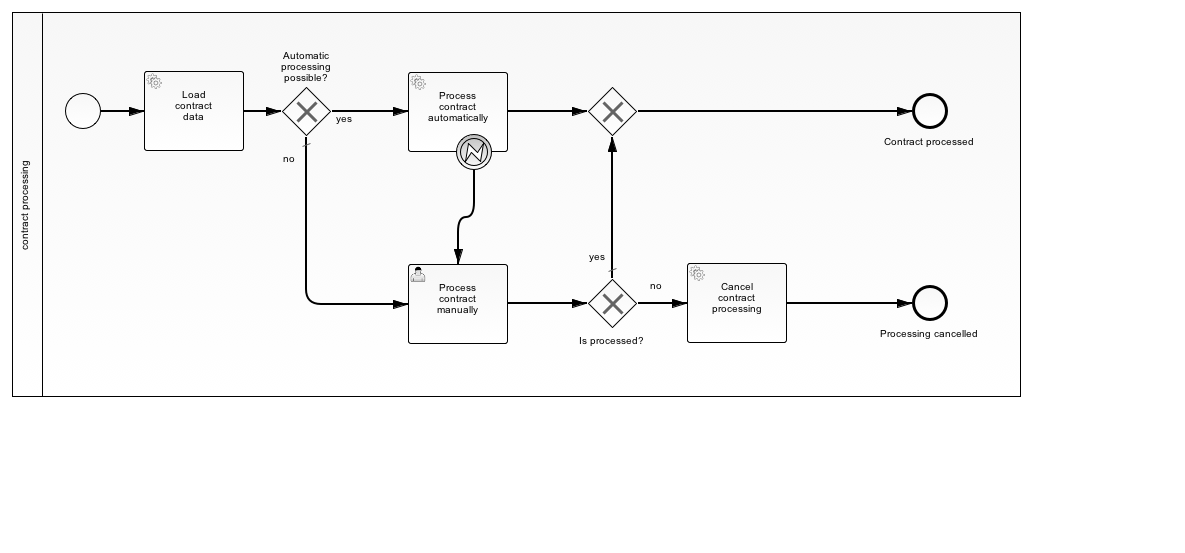
Earlier version of the BPMN export src/main/resources/simple.png (holisticon/camunda-community-bdd). Its source is kept beside it as src/main/resources/simple.bpmn. Ids are renumbered.
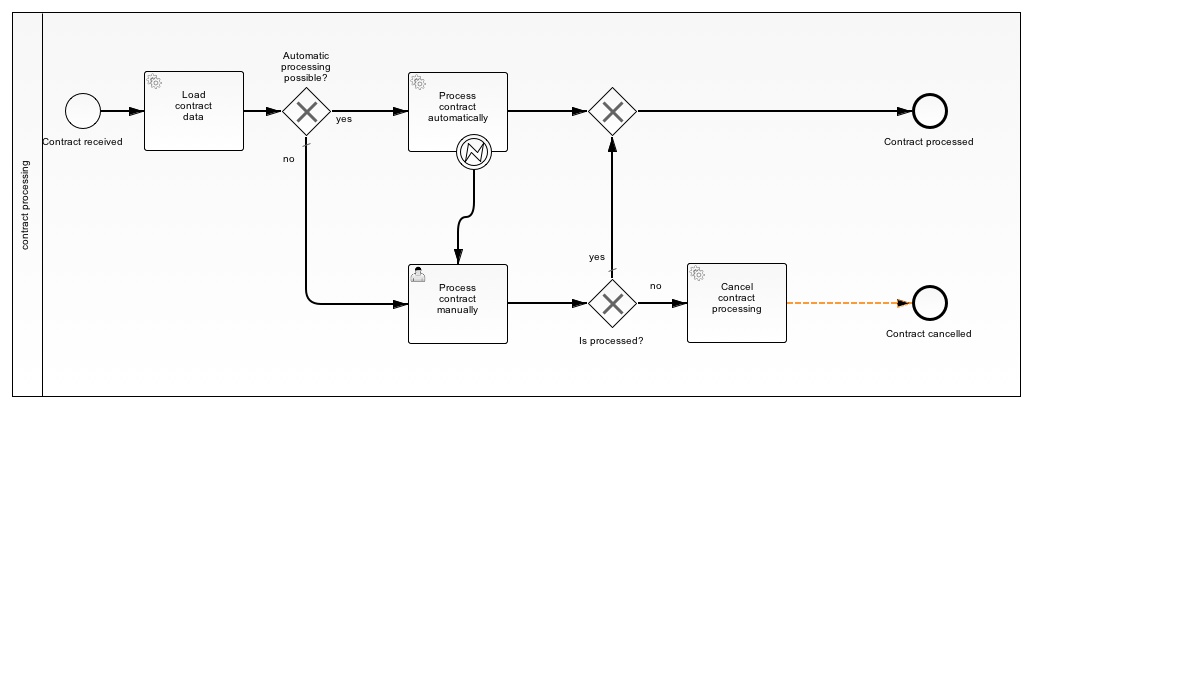
After the change.

Commit message:
name every flow

Diff of the diagram source:
```diff
@@ -3,23 +3,23 @@
     <bpmn2:participant id="simple_process" name="contract processing" processRef="simple-process"/>
   </bpmn2:collaboration>
   <bpmn2:process id="simple-process" name="simple-process" isExecutable="true">
-    <bpmn2:startEvent id="StartEvent_1">
-      <bpmn2:outgoing>SequenceFlow_1</bpmn2:outgoing>
+    <bpmn2:startEvent id="start_process" name="Contract received">
+      <bpmn2:outgoing>flow_start_load</bpmn2:outgoing>
     </bpmn2:startEvent>
     <bpmn2:endEvent id="event_contract_processed" name="Contract processed">
-      <bpmn2:incoming>SequenceFlow_5</bpmn2:incoming>
+      <bpmn2:incoming>flow_contract_processed</bpmn2:incoming>
     </bpmn2:endEvent>
-    <bpmn2:sequenceFlow id="SequenceFlow_1" name="" sourceRef="StartEvent_1" targetRef="service_load_contract_data"/>
+    <bpmn2:sequenceFlow id="flow_start_load" name="" sourceRef="start_process" targetRef="service_load_contract_data"/>
     <bpmn2:serviceTask id="service_load_contract_data" camunda:expression="#{simpleProcessAdapter.loadContractData(execution)}" camunda:resultVariable="isAutomaticProcessing" name="Load&#xA;contract&#xA;data">
       <bpmn2:extensionElements>
         <camunda:executionListener class="org.camunda.bdd.examples.simple.guard.AutomaticProcessingGuard" event="end"/>
       </bpmn2:extensionElements>
-      <bpmn2:incoming>SequenceFlow_1</bpmn2:incoming>
-      <bpmn2:outgoing>SequenceFlow_2</bpmn2:outgoing>
+      <bpmn2:incoming>flow_start_load</bpmn2:incoming>
+      <bpmn2:outgoing>flow_load_possible</bpmn2:outgoing>
     </bpmn2:serviceTask>
-    <bpmn2:sequenceFlow id="SequenceFlow_2" name="" sourceRef="service_load_contract_data" targetRef="exclusive_is_processing_automatically"/>
+    <bpmn2:sequenceFlow id="flow_load_possible" name="" sourceRef="service_load_contract_data" targetRef="exclusive_is_processing_automatically"/>
     <bpmn2:exclusiveGateway id="exclusive_is_processing_automatically" name="Automatic&#xD;&#xA;processing&#xD;&#xA;possible?" default="flow_automatic_processing_no">
-      <bpmn2:incoming>SequenceFlow_2</bpmn2:incoming>
+      <bpmn2:incoming>flow_load_possible</bpmn2:incoming>
       <bpmn2:outgoing>flow_automatic_processing_yes</bpmn2:outgoing>
       <bpmn2:outgoing>flow_automatic_processing_no</bpmn2:outgoing>
     </bpmn2:exclusiveGateway>
@@ -28,39 +28,39 @@
     </bpmn2:sequenceFlow>
     <bpmn2:serviceTask id="service_process_contract_automatically" camunda:expression="#{simpleProcessAdapter.processContract()}" name="Process&#xD;&#xA;contract&#xD;&#xA;automatically">
       <bpmn2:incoming>flow_automatic_processing_yes</bpmn2:incoming>
-      <bpmn2:outgoing>SequenceFlow_4</bpmn2:outgoing>
+      <bpmn2:outgoing>flow_automatic_succeeds</bpmn2:outgoing>
     </bpmn2:serviceTask>
-    <bpmn2:sequenceFlow id="SequenceFlow_4" name="" sourceRef="service_process_contract_automatically" targetRef="ExclusiveGateway_2"/>
+    <bpmn2:sequenceFlow id="flow_automatic_succeeds" name="" sourceRef="service_process_contract_automatically" targetRef="ExclusiveGateway_2"/>
     <bpmn2:exclusiveGateway id="ExclusiveGateway_2">
-      <bpmn2:incoming>SequenceFlow_4</bpmn2:incoming>
+      <bpmn2:incoming>flow_automatic_succeeds</bpmn2:incoming>
       <bpmn2:incoming>flow_is_processed_yes</bpmn2:incoming>
-      <bpmn2:outgoing>SequenceFlow_5</bpmn2:outgoing>
+      <bpmn2:outgoing>flow_contract_processed</bpmn2:outgoing>
     </bpmn2:exclusiveGateway>
-    <bpmn2:sequenceFlow id="SequenceFlow_5" name="" sourceRef="ExclusiveGateway_2" targetRef="event_contract_processed"/>
+    <bpmn2:sequenceFlow id="flow_contract_processed" name="" sourceRef="ExclusiveGateway_2" targetRef="event_contract_processed"/>
     <bpmn2:userTask id="task_process_contract_manually" camunda:formKey="processContractManually.xhtml" name="Process&#xD;&#xA;contract&#xD;&#xA;manually">
       <bpmn2:incoming>flow_automatic_processing_no</bpmn2:incoming>
       <bpmn2:incoming>SequenceFlow_3</bpmn2:incoming>
-      <bpmn2:outgoing>SequenceFlow_7</bpmn2:outgoing>
+      <bpmn2:outgoing>flow_manually_is_processed</bpmn2:outgoing>
     </bpmn2:userTask>
     <bpmn2:sequenceFlow id="flow_automatic_processing_no" name="no" sourceRef="exclusive_is_processing_automatically" targetRef="task_process_contract_manually"/>
     <bpmn2:exclusiveGateway id="exclusive_is_processed" name="Is processed?" default="flow_is_processed_yes">
-      <bpmn2:incoming>SequenceFlow_7</bpmn2:incoming>
+      <bpmn2:incoming>flow_manually_is_processed</bpmn2:incoming>
       <bpmn2:outgoing>flow_is_processed_yes</bpmn2:outgoing>
       <bpmn2:outgoing>flow_is_processed_no</bpmn2:outgoing>
     </bpmn2:exclusiveGateway>
-    <bpmn2:sequenceFlow id="SequenceFlow_7" name="" sourceRef="task_process_contract_manually" targetRef="exclusive_is_processed"/>
+    <bpmn2:sequenceFlow id="flow_manually_is_processed" name="" sourceRef="task_process_contract_manually" targetRef="exclusive_is_processed"/>
     <bpmn2:sequenceFlow id="flow_is_processed_yes" name="yes" sourceRef="exclusive_is_processed" targetRef="ExclusiveGateway_2"/>
     <bpmn2:serviceTask id="service_cancel_contract_processing" camunda:expression="#{simpleProcessAdapter.cancelProcessing()}" name="Cancel&#xD;&#xA;contract&#xD;&#xA;processing">
       <bpmn2:incoming>flow_is_processed_no</bpmn2:incoming>
-      <bpmn2:outgoing>SequenceFlow_10</bpmn2:outgoing>
+      <bpmn2:outgoing>flow_contract_cancelled</bpmn2:outgoing>
     </bpmn2:serviceTask>
     <bpmn2:sequenceFlow id="flow_is_processed_no" name="no" sourceRef="exclusive_is_processed" targetRef="service_cancel_contract_processing">
       <bpmn2:conditionExpression xsi:type="bpmn2:tFormalExpression">#{processingErrorsPresent}</bpmn2:conditionExpression>
     </bpmn2:sequenceFlow>
-    <bpmn2:endEvent id="event_processing_cancelled" name="Processing cancelled">
-      <bpmn2:incoming>SequenceFlow_10</bpmn2:incoming>
+    <bpmn2:endEvent id="event_processing_cancelled" name="Contract cancelled">
+      <bpmn2:incoming>flow_contract_cancelled</bpmn2:incoming>
     </bpmn2:endEvent>
-    <bpmn2:sequenceFlow id="SequenceFlow_10" name="" sourceRef="service_cancel_contract_processing" targetRef="event_processing_cancelled"/>
+    <bpmn2:sequenceFlow id="flow_contract_cancelled" name="" sourceRef="service_cancel_contract_processing" targetRef="event_processing_cancelled"/>
     <bpmn2:boundaryEvent id="BoundaryEvent_1" name="" attachedToRef="service_process_contract_automatically">
       <bpmn2:outgoing>SequenceFlow_3</bpmn2:outgoing>
       <bpmn2:errorEventDefinition id="ErrorEventDefinition_1" errorRef="Error_1"/>
@@ -73,7 +73,7 @@
       <bpmndi:BPMNShape id="_BPMNShape_Participant_3" bpmnElement="simple_process" isHorizontal="true">
         <dc:Bounds height="385.0" width="1009.0" x="12.0" y="12.0"/>
       </bpmndi:BPMNShape>
-      <bpmndi:BPMNShape id="_BPMNShape_StartEvent_5" bpmnElement="StartEvent_1">
+      <bpmndi:BPMNShape id="_BPMNShape_StartEvent_5" bpmnElement="start_process">
         <dc:Bounds height="36.0" width="36.0" x="65.0" y="93.0"/>
         <bpmndi:BPMNLabel>
           <dc:Bounds height="0.0" width="0.0" x="83.0" y="134.0"/>
@@ -85,7 +85,7 @@
           <dc:Bounds height="17.0" width="96.0" x="882.0" y="134.0"/>
         </bpmndi:BPMNLabel>
       </bpmndi:BPMNShape>
-      <bpmndi:BPMNEdge id="BPMNEdge_SequenceFlow_1" bpmnElement="SequenceFlow_1" sourceElement="_BPMNShape_StartEvent_5" targetElement="_BPMNShape_ServiceTask_7">
+      <bpmndi:BPMNEdge id="BPMNEdge_SequenceFlow_1" bpmnElement="flow_start_load" sourceElement="_BPMNShape_StartEvent_5" targetElement="_BPMNShape_ServiceTask_7">
         <di:waypoint xsi:type="dc:Point" x="101.0" y="111.0"/>
         <di:waypoint xsi:type="dc:Point" x="144.0" y="111.0"/>
         <bpmndi:BPMNLabel>
@@ -95,7 +95,7 @@
       <bpmndi:BPMNShape id="_BPMNShape_ServiceTask_7" bpmnElement="service_load_contract_data">
         <dc:Bounds height="80.0" width="100.0" x="144.0" y="71.0"/>
       </bpmndi:BPMNShape>
-      <bpmndi:BPMNEdge id="BPMNEdge_SequenceFlow_2" bpmnElement="SequenceFlow_2" sourceElement="_BPMNShape_ServiceTask_7" targetElement="_BPMNShape_ExclusiveGateway_6">
+      <bpmndi:BPMNEdge id="BPMNEdge_SequenceFlow_2" bpmnElement="flow_load_possible" sourceElement="_BPMNShape_ServiceTask_7" targetElement="_BPMNShape_ExclusiveGateway_6">
         <di:waypoint xsi:type="dc:Point" x="244.0" y="111.0"/>
         <di:waypoint xsi:type="dc:Point" x="281.0" y="111.0"/>
         <bpmndi:BPMNLabel>
@@ -118,7 +118,7 @@
       <bpmndi:BPMNShape id="_BPMNShape_ServiceTask_8" bpmnElement="service_process_contract_automatically">
         <dc:Bounds height="80.0" width="100.0" x="408.0" y="72.0"/>
       </bpmndi:BPMNShape>
-      <bpmndi:BPMNEdge id="BPMNEdge_SequenceFlow_4" bpmnElement="SequenceFlow_4" sourceElement="_BPMNShape_ServiceTask_8" targetElement="_BPMNShape_ExclusiveGateway_7">
+      <bpmndi:BPMNEdge id="BPMNEdge_SequenceFlow_4" bpmnElement="flow_automatic_succeeds" sourceElement="_BPMNShape_ServiceTask_8" targetElement="_BPMNShape_ExclusiveGateway_7">
         <di:waypoint xsi:type="dc:Point" x="508.0" y="112.0"/>
         <di:waypoint xsi:type="dc:Point" x="587.0" y="111.0"/>
         <bpmndi:BPMNLabel>
@@ -131,7 +131,7 @@
           <dc:Bounds height="0.0" width="0.0" x="612.0" y="141.0"/>
         </bpmndi:BPMNLabel>
       </bpmndi:BPMNShape>
-      <bpmndi:BPMNEdge id="BPMNEdge_SequenceFlow_5" bpmnElement="SequenceFlow_5" sourceElement="_BPMNShape_ExclusiveGateway_7" targetElement="_BPMNShape_EndEvent_8">
+      <bpmndi:BPMNEdge id="BPMNEdge_SequenceFlow_5" bpmnElement="flow_contract_processed" sourceElement="_BPMNShape_ExclusiveGateway_7" targetElement="_BPMNShape_EndEvent_8">
         <di:waypoint xsi:type="dc:Point" x="637.0" y="111.0"/>
         <di:waypoint xsi:type="dc:Point" x="912.0" y="111.0"/>
         <bpmndi:BPMNLabel>
@@ -155,7 +155,7 @@
           <dc:Bounds height="17.0" width="71.0" x="577.0" y="333.0"/>
         </bpmndi:BPMNLabel>
       </bpmndi:BPMNShape>
-      <bpmndi:BPMNEdge id="BPMNEdge_SequenceFlow_7" bpmnElement="SequenceFlow_7" sourceElement="_BPMNShape_UserTask_5" targetElement="_BPMNShape_ExclusiveGateway_8">
+      <bpmndi:BPMNEdge id="BPMNEdge_SequenceFlow_7" bpmnElement="flow_manually_is_processed" sourceElement="_BPMNShape_UserTask_5" targetElement="_BPMNShape_ExclusiveGateway_8">
         <di:waypoint xsi:type="dc:Point" x="508.0" y="304.0"/>
         <di:waypoint xsi:type="dc:Point" x="587.0" y="303.0"/>
         <bpmndi:BPMNLabel>
@@ -185,7 +185,7 @@
           <dc:Bounds height="17.0" width="104.0" x="878.0" y="326.0"/>
         </bpmndi:BPMNLabel>
       </bpmndi:BPMNShape>
-      <bpmndi:BPMNEdge id="BPMNEdge_SequenceFlow_10" bpmnElement="SequenceFlow_10" sourceElement="_BPMNShape_ServiceTask_9" targetElement="_BPMNShape_EndEvent_9">
+      <bpmndi:BPMNEdge id="BPMNEdge_SequenceFlow_10" bpmnElement="flow_contract_cancelled" sourceElement="_BPMNShape_ServiceTask_9" targetElement="_BPMNShape_EndEvent_9">
         <di:waypoint xsi:type="dc:Point" x="787.0" y="303.0"/>
         <di:waypoint xsi:type="dc:Point" x="912.0" y="303.0"/>
         <bpmndi:BPMNLabel>
```
